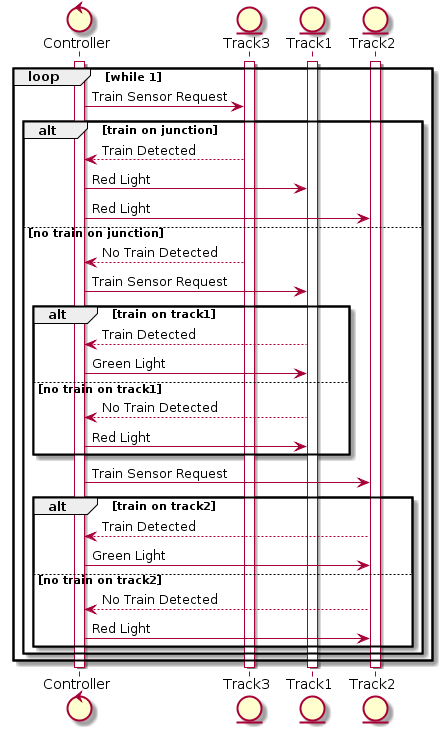
This is use case3/sequenceDiagramUseCase3.png from desmetr/MoSIS, a PlantUML export, as it was before one commit.
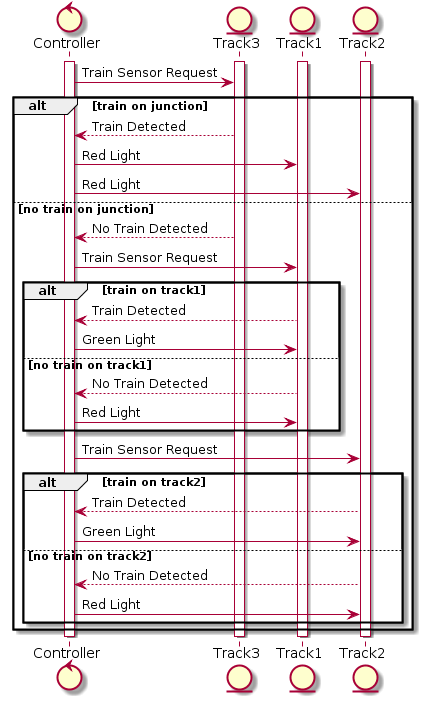
After the commit.

The edit, as a diff of the source:
```diff
@@ -7,8 +7,6 @@
 activate Track3
 activate Track1
 activate Track2
-
-loop while 1
 
 Controller->Track3: Train Sensor Request
 
@@ -40,7 +38,6 @@
 
 end
 
-end
 deactivate Controller
 deactivate Track1
 deactivate Track2
```
